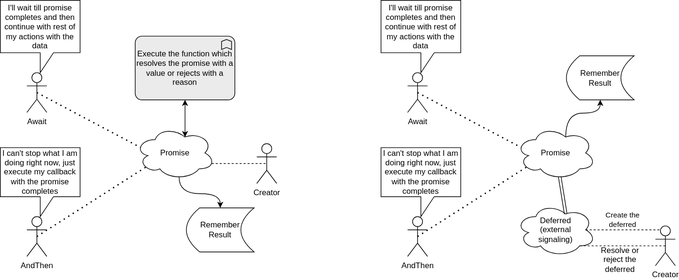
BhaskarPanja93/BhariyaRoblox keeps this draw.io diagram as Promise/Concept.svg. Above is the earlier version. Source tidied: cells renumbered, new cells last; positions are measured from the earlier drawing's top-left corner, leaving out a move shared by most shapes.
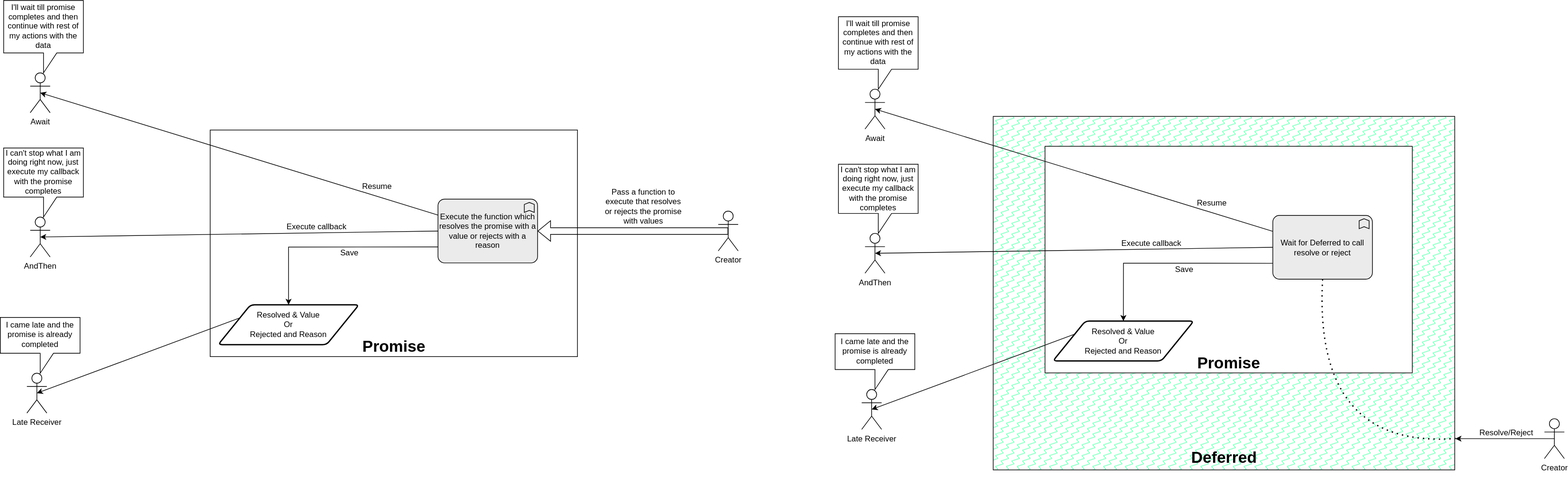
After the commit.

The edit, as a diff of the source:
```diff
@@ -2,104 +2,140 @@
   <root>
     <mxCell id="0" />
     <mxCell id="1" parent="0" />
-    <mxCell id="2" style="shape=tableRow;horizontal=0;startSize=0;swimlaneHead=0;swimlaneBody=0;strokeColor=inherit;top=0;left=0;bottom=0;right=0;fillColor=none;fontSize=16;" parent="1" vertex="1">
-      <mxGeometry x="188" y="79" width="180" height="40" as="geometry" />
-    </mxCell>
-    <mxCell id="3" style="shape=partialRectangle;html=1;whiteSpace=wrap;strokeColor=inherit;overflow=hidden;fillColor=none;top=0;left=0;bottom=0;right=0;fontSize=16;" parent="2" vertex="1">
-      <mxGeometry x="120" width="60" height="40" as="geometry" />
-    </mxCell>
-    <mxCell id="4" style="edgeStyle=orthogonalEdgeStyle;rounded=0;jettySize=auto;html=1;exitX=0.55;exitY=0.95;exitDx=0;exitDy=0;exitPerimeter=0;entryX=0.5;entryY=0;entryDx=0;entryDy=0;curved=1;" parent="1" edge="1" source="5" target="33">
-      <mxGeometry relative="1" as="geometry" />
-    </mxCell>
-    <mxCell id="5" value="Promise" style="ellipse;shape=cloud;whiteSpace=wrap;html=1;" parent="1" vertex="1">
-      <mxGeometry x="203" y="190" width="120" height="80" as="geometry" />
-    </mxCell>
-    <mxCell id="6" value="Await" style="shape=umlActor;verticalLabelPosition=bottom;verticalAlign=top;html=1;outlineConnect=0;" parent="1" vertex="1">
-      <mxGeometry x="40" y="109" width="30" height="60" as="geometry" />
-    </mxCell>
-    <mxCell id="7" value="AndThen" style="shape=umlActor;verticalLabelPosition=bottom;verticalAlign=top;html=1;outlineConnect=0;" parent="1" vertex="1">
-      <mxGeometry x="40" y="326" width="30" height="60" as="geometry" />
-    </mxCell>
-    <mxCell id="8" value="I can't stop what I am doing right now, just execute my callback with the promise completes" style="shape=callout;whiteSpace=wrap;html=1;perimeter=calloutPerimeter;" parent="1" vertex="1">
-      <mxGeometry y="222" width="120" height="104" as="geometry" />
-    </mxCell>
-    <mxCell id="9" value="I'll wait till promise completes and then continue with rest of my actions with the data" style="shape=callout;whiteSpace=wrap;html=1;perimeter=calloutPerimeter;" parent="1" vertex="1">
-      <mxGeometry width="120" height="109" as="geometry" />
-    </mxCell>
+    <mxCell id="35" style="rounded=0;whiteSpace=wrap;html=1;" parent="1" vertex="1">
+      <mxGeometry x="-140" y="-50" width="553" height="341" as="geometry" />
+    </mxCell>
+    <mxCell id="36" value="&lt;h1&gt;Promise&lt;/h1&gt;" style="text;html=1;strokeColor=none;fillColor=none;align=center;verticalAlign=middle;whiteSpace=wrap;rounded=0;" parent="1" vertex="1">
+      <mxGeometry x="106.5" y="261" width="60" height="30" as="geometry" />
+    </mxCell>
+    <mxCell id="37" value="Resolved &amp;amp; Value&lt;br&gt;Or&lt;br&gt;Rejected and Reason" style="shape=parallelogram;html=1;strokeWidth=2;perimeter=parallelogramPerimeter;whiteSpace=wrap;rounded=1;arcSize=12;size=0.23;" parent="1" vertex="1">
+      <mxGeometry x="-128" y="213" width="212" height="60" as="geometry" />
+    </mxCell>
+    <mxCell id="38" style="edgeStyle=orthogonalEdgeStyle;rounded=0;jettySize=auto;html=1;exitX=0;exitY=0.75;exitDx=0;exitDy=0;exitPerimeter=0;entryX=0.5;entryY=0;entryDx=0;entryDy=0;" parent="1" edge="1" source="10" target="37">
+      <mxGeometry relative="1" as="geometry" />
+    </mxCell>
     <mxCell id="10" value="Execute the function which resolves the promise with a value or rejects with a reason" style="html=1;outlineConnect=0;whiteSpace=wrap;fillColor=#EBEBEB;shape=mxgraph.archimate3.application;appType=func;archiType=rounded;" parent="1" vertex="1">
       <mxGeometry x="203" y="54" width="150" height="96" as="geometry" />
     </mxCell>
-    <mxCell id="11" style="endArrow=none;dashed=1;html=1;dashPattern=1 3;strokeWidth=2;rounded=0;exitX=0.5;exitY=0.5;exitDx=0;exitDy=0;exitPerimeter=0;entryX=0.13;entryY=0.77;entryDx=0;entryDy=0;entryPerimeter=0;" parent="1" edge="1" source="7" target="5">
-      <mxGeometry relative="1" as="geometry" />
-    </mxCell>
-    <mxCell id="12" style="endArrow=none;dashed=1;html=1;dashPattern=1 3;strokeWidth=2;rounded=0;exitX=0.5;exitY=0.5;exitDx=0;exitDy=0;exitPerimeter=0;entryX=0.07;entryY=0.4;entryDx=0;entryDy=0;entryPerimeter=0;" parent="1" edge="1" source="6" target="5">
-      <mxGeometry relative="1" as="geometry" />
-    </mxCell>
-    <mxCell id="13" value="Creator" style="shape=umlActor;verticalLabelPosition=bottom;verticalAlign=top;html=1;outlineConnect=0;" parent="1" vertex="1">
-      <mxGeometry x="386" y="216" width="30" height="60" as="geometry" />
-    </mxCell>
-    <mxCell id="14" style="endArrow=none;dashed=1;html=1;rounded=0;exitX=0.96;exitY=0.7;exitDx=0;exitDy=0;exitPerimeter=0;entryX=0.5;entryY=0.5;entryDx=0;entryDy=0;entryPerimeter=0;" parent="1" edge="1" source="5" target="13">
-      <mxGeometry relative="1" as="geometry" />
-    </mxCell>
-    <mxCell id="15" style="endArrow=classic;startArrow=classic;html=1;rounded=0;exitX=0.625;exitY=0.2;exitDx=0;exitDy=0;exitPerimeter=0;entryX=0.5;entryY=1;entryDx=0;entryDy=0;entryPerimeter=0;" parent="1" edge="1" source="5" target="10">
-      <mxGeometry relative="1" as="geometry" />
-    </mxCell>
-    <mxCell id="16" style="shape=tableRow;horizontal=0;startSize=0;swimlaneHead=0;swimlaneBody=0;strokeColor=inherit;top=0;left=0;bottom=0;right=0;fillColor=none;fontSize=16;" parent="1" vertex="1">
-      <mxGeometry x="761" y="79" width="180" height="40" as="geometry" />
-    </mxCell>
-    <mxCell id="17" style="shape=partialRectangle;html=1;whiteSpace=wrap;strokeColor=inherit;overflow=hidden;fillColor=none;top=0;left=0;bottom=0;right=0;fontSize=16;" parent="16" vertex="1">
-      <mxGeometry x="120" width="60" height="40" as="geometry" />
-    </mxCell>
-    <mxCell id="18" style="edgeStyle=orthogonalEdgeStyle;rounded=0;jettySize=auto;html=1;exitX=0.625;exitY=0.2;exitDx=0;exitDy=0;exitPerimeter=0;entryX=0.5;entryY=1;entryDx=0;entryDy=0;curved=1;" parent="1" edge="1" source="19" target="34">
-      <mxGeometry relative="1" as="geometry" />
-    </mxCell>
-    <mxCell id="19" value="Promise" style="ellipse;shape=cloud;whiteSpace=wrap;html=1;" parent="1" vertex="1">
-      <mxGeometry x="776" y="190" width="120" height="80" as="geometry" />
-    </mxCell>
-    <mxCell id="20" value="Await" style="shape=umlActor;verticalLabelPosition=bottom;verticalAlign=top;html=1;outlineConnect=0;" parent="1" vertex="1">
-      <mxGeometry x="613" y="109" width="30" height="60" as="geometry" />
-    </mxCell>
-    <mxCell id="21" value="AndThen" style="shape=umlActor;verticalLabelPosition=bottom;verticalAlign=top;html=1;outlineConnect=0;" parent="1" vertex="1">
-      <mxGeometry x="613" y="326" width="30" height="60" as="geometry" />
-    </mxCell>
-    <mxCell id="22" value="I can't stop what I am doing right now, just execute my callback with the promise completes" style="shape=callout;whiteSpace=wrap;html=1;perimeter=calloutPerimeter;" parent="1" vertex="1">
-      <mxGeometry x="573" y="222" width="120" height="104" as="geometry" />
-    </mxCell>
-    <mxCell id="23" value="I'll wait till promise completes and then continue with rest of my actions with the data" style="shape=callout;whiteSpace=wrap;html=1;perimeter=calloutPerimeter;" parent="1" vertex="1">
-      <mxGeometry x="573" width="120" height="109" as="geometry" />
-    </mxCell>
-    <mxCell id="24" style="endArrow=none;dashed=1;html=1;dashPattern=1 3;strokeWidth=2;rounded=0;exitX=0.5;exitY=0.5;exitDx=0;exitDy=0;exitPerimeter=0;entryX=0.13;entryY=0.77;entryDx=0;entryDy=0;entryPerimeter=0;" parent="1" edge="1" source="21" target="19">
-      <mxGeometry relative="1" as="geometry" />
-    </mxCell>
-    <mxCell id="25" style="endArrow=none;dashed=1;html=1;dashPattern=1 3;strokeWidth=2;rounded=0;exitX=0.5;exitY=0.5;exitDx=0;exitDy=0;exitPerimeter=0;entryX=0.07;entryY=0.4;entryDx=0;entryDy=0;entryPerimeter=0;" parent="1" edge="1" source="20" target="19">
-      <mxGeometry relative="1" as="geometry" />
-    </mxCell>
-    <mxCell id="26" value="Creator" style="shape=umlActor;verticalLabelPosition=bottom;verticalAlign=top;html=1;outlineConnect=0;" parent="1" vertex="1">
-      <mxGeometry x="986" y="340" width="30" height="60" as="geometry" />
-    </mxCell>
-    <mxCell id="27" style="endArrow=none;dashed=1;html=1;rounded=0;exitX=0.875;exitY=0.5;exitDx=0;exitDy=0;exitPerimeter=0;entryX=0.25;entryY=0.1;entryDx=0;entryDy=0;entryPerimeter=0;" parent="1" edge="1" source="28" target="26">
-      <mxGeometry relative="1" as="geometry" />
-    </mxCell>
-    <mxCell id="28" value="Deferred&lt;br&gt;(external &lt;br&gt;signaling)" style="ellipse;shape=cloud;whiteSpace=wrap;html=1;" parent="1" vertex="1">
-      <mxGeometry x="776" y="306" width="120" height="80" as="geometry" />
-    </mxCell>
-    <mxCell id="29" style="shape=link;html=1;rounded=0;exitX=0.55;exitY=0.95;exitDx=0;exitDy=0;exitPerimeter=0;entryX=0.625;entryY=0.2;entryDx=0;entryDy=0;entryPerimeter=0;" parent="1" edge="1" source="19" target="28">
-      <mxGeometry relative="1" as="geometry" />
-    </mxCell>
-    <mxCell id="30" value="&#10;&lt;span style=&quot;color: rgb(0, 0, 0); font-family: Helvetica; font-size: 11px; font-style: normal; font-variant-ligatures: normal; font-variant-caps: normal; font-weight: 400; letter-spacing: normal; orphans: 2; text-align: center; text-indent: 0px; text-transform: none; widows: 2; word-spacing: 0px; -webkit-text-stroke-width: 0px; background-color: rgb(255, 255, 255); text-decoration-thickness: initial; text-decoration-style: initial; text-decoration-color: initial; float: none; display: inline !important;&quot;&gt;Create the deferred&lt;/span&gt;&#10;&#10;" style="text;html=1;strokeColor=none;fillColor=none;align=center;verticalAlign=middle;whiteSpace=wrap;rounded=0;" parent="1" vertex="1">
-      <mxGeometry x="907" y="323" width="60" height="30" as="geometry" />
-    </mxCell>
-    <mxCell id="31" style="endArrow=none;dashed=1;html=1;rounded=0;entryX=0.8;entryY=0.8;entryDx=0;entryDy=0;entryPerimeter=0;exitX=0.5;exitY=0.5;exitDx=0;exitDy=0;exitPerimeter=0;" parent="1" edge="1" source="26" target="28">
-      <mxGeometry relative="1" as="geometry" />
-    </mxCell>
-    <mxCell id="32" value="Resolve or reject the deferred" style="text;html=1;strokeColor=none;fillColor=none;align=center;verticalAlign=middle;whiteSpace=wrap;rounded=0;" parent="1" vertex="1">
-      <mxGeometry x="903" y="376" width="60" height="30" as="geometry" />
-    </mxCell>
-    <mxCell id="33" value="Remember&lt;br&gt;Result" style="shape=dataStorage;whiteSpace=wrap;html=1;fixedSize=1;" parent="1" vertex="1">
-      <mxGeometry x="280" y="312.8" width="102" height="66.4" as="geometry" />
-    </mxCell>
-    <mxCell id="34" value="Remember&lt;br style=&quot;border-color: rgb(218, 220, 224);&quot;&gt;Result" style="shape=dataStorage;whiteSpace=wrap;html=1;fixedSize=1;" parent="1" vertex="1">
-      <mxGeometry x="852" y="83.6" width="102" height="66.4" as="geometry" />
-    </mxCell>
+    <mxCell id="39" value="Creator" style="shape=umlActor;verticalLabelPosition=bottom;verticalAlign=top;html=1;outlineConnect=0;" parent="1" vertex="1">
+      <mxGeometry x="625" y="72" width="30" height="60" as="geometry" />
+    </mxCell>
+    <mxCell id="40" style="shape=flexArrow;endArrow=classic;html=1;rounded=0;exitX=0.5;exitY=0.5;exitDx=0;exitDy=0;exitPerimeter=0;entryX=1;entryY=0.5;entryDx=0;entryDy=0;entryPerimeter=0;" parent="1" edge="1" source="39" target="10">
+      <mxGeometry relative="1" as="geometry" />
+    </mxCell>
+    <mxCell id="41" value="Pass a function to execute that resolves or rejects the promise with values" style="text;html=1;strokeColor=none;fillColor=none;align=center;verticalAlign=middle;whiteSpace=wrap;rounded=0;" parent="1" vertex="1">
+      <mxGeometry x="450" y="35" width="125" height="61" as="geometry" />
+    </mxCell>
+    <mxCell id="42" value="Save" style="text;html=1;strokeColor=none;fillColor=none;align=center;verticalAlign=middle;whiteSpace=wrap;rounded=0;" parent="1" vertex="1">
+      <mxGeometry x="40" y="120" width="60" height="30" as="geometry" />
+    </mxCell>
+    <mxCell id="43" value="Await" style="shape=umlActor;verticalLabelPosition=bottom;verticalAlign=top;html=1;outlineConnect=0;" parent="1" vertex="1">
+      <mxGeometry x="-411" y="-136" width="30" height="60" as="geometry" />
+    </mxCell>
+    <mxCell id="44" value="AndThen" style="shape=umlActor;verticalLabelPosition=bottom;verticalAlign=top;html=1;outlineConnect=0;" parent="1" vertex="1">
+      <mxGeometry x="-411" y="81" width="30" height="60" as="geometry" />
+    </mxCell>
+    <mxCell id="45" value="I can't stop what I am doing right now, just execute my callback with the promise completes" style="shape=callout;whiteSpace=wrap;html=1;perimeter=calloutPerimeter;" parent="1" vertex="1">
+      <mxGeometry x="-451" y="-23" width="120" height="104" as="geometry" />
+    </mxCell>
+    <mxCell id="46" value="I'll wait till promise completes and then continue with rest of my actions with the data" style="shape=callout;whiteSpace=wrap;html=1;perimeter=calloutPerimeter;" parent="1" vertex="1">
+      <mxGeometry x="-451" y="-245" width="120" height="109" as="geometry" />
+    </mxCell>
+    <mxCell id="47" value="Late Receiver" style="shape=umlActor;verticalLabelPosition=bottom;verticalAlign=top;html=1;outlineConnect=0;" parent="1" vertex="1">
+      <mxGeometry x="-416" y="316" width="30" height="60" as="geometry" />
+    </mxCell>
+    <mxCell id="48" value="I came late and the promise is already completed" style="shape=callout;whiteSpace=wrap;html=1;perimeter=calloutPerimeter;" parent="1" vertex="1">
+      <mxGeometry x="-456" y="232" width="120" height="84" as="geometry" />
+    </mxCell>
+    <mxCell id="49" style="endArrow=classic;html=1;rounded=0;exitX=0;exitY=0.25;exitDx=0;exitDy=0;entryX=0.5;entryY=0.5;entryDx=0;entryDy=0;entryPerimeter=0;" parent="1" edge="1" source="37" target="47">
+      <mxGeometry relative="1" as="geometry" />
+    </mxCell>
+    <mxCell id="50" style="endArrow=classic;html=1;rounded=0;exitX=0;exitY=0.5;exitDx=0;exitDy=0;exitPerimeter=0;entryX=0.5;entryY=0.5;entryDx=0;entryDy=0;entryPerimeter=0;" parent="1" edge="1" source="10" target="44">
+      <mxGeometry relative="1" as="geometry" />
+    </mxCell>
+    <mxCell id="51" style="endArrow=classic;html=1;rounded=0;exitX=0;exitY=0.25;exitDx=0;exitDy=0;exitPerimeter=0;entryX=0.5;entryY=0.5;entryDx=0;entryDy=0;entryPerimeter=0;" parent="1" edge="1" source="10" target="43">
+      <mxGeometry relative="1" as="geometry" />
+    </mxCell>
+    <mxCell id="52" value="Execute callback" style="text;html=1;strokeColor=none;fillColor=none;align=center;verticalAlign=middle;whiteSpace=wrap;rounded=0;" parent="1" vertex="1">
+      <mxGeometry x="-35" y="81" width="111" height="30" as="geometry" />
+    </mxCell>
+    <mxCell id="53" value="Resume" style="text;html=1;strokeColor=none;fillColor=none;align=center;verticalAlign=middle;whiteSpace=wrap;rounded=0;" parent="1" vertex="1">
+      <mxGeometry x="55.5" y="20" width="111" height="30" as="geometry" />
+    </mxCell>
+    <mxCell id="54" style="rounded=0;whiteSpace=wrap;html=1;fillStyle=zigzag-line;fillColor=#99FFCC;" parent="1" vertex="1">
+      <mxGeometry x="1039" y="-70.5" width="695" height="532" as="geometry" />
+    </mxCell>
+    <mxCell id="55" value="&lt;h1&gt;Deferred&lt;/h1&gt;" style="text;html=1;strokeColor=none;fillColor=none;align=center;verticalAlign=middle;whiteSpace=wrap;rounded=0;" parent="1" vertex="1">
+      <mxGeometry x="1356.5" y="427.5" width="60" height="30" as="geometry" />
+    </mxCell>
+    <mxCell id="56" style="rounded=0;whiteSpace=wrap;html=1;" parent="1" vertex="1">
+      <mxGeometry x="1117" y="-25.5" width="553" height="341" as="geometry" />
+    </mxCell>
+    <mxCell id="57" value="&lt;h1&gt;Promise&lt;/h1&gt;" style="text;html=1;strokeColor=none;fillColor=none;align=center;verticalAlign=middle;whiteSpace=wrap;rounded=0;" parent="1" vertex="1">
+      <mxGeometry x="1363.5" y="285.5" width="60" height="30" as="geometry" />
+    </mxCell>
+    <mxCell id="58" value="Resolved &amp;amp; Value&lt;br&gt;Or&lt;br&gt;Rejected and Reason" style="shape=parallelogram;html=1;strokeWidth=2;perimeter=parallelogramPerimeter;whiteSpace=wrap;rounded=1;arcSize=12;size=0.23;" parent="1" vertex="1">
+      <mxGeometry x="1129" y="237.5" width="212" height="60" as="geometry" />
+    </mxCell>
+    <mxCell id="59" style="edgeStyle=orthogonalEdgeStyle;rounded=0;jettySize=auto;html=1;exitX=0;exitY=0.75;exitDx=0;exitDy=0;exitPerimeter=0;entryX=0.5;entryY=0;entryDx=0;entryDy=0;" parent="1" edge="1" source="60" target="58">
+      <mxGeometry relative="1" as="geometry" />
+    </mxCell>
+    <mxCell id="60" value="Wait for Deferred to call resolve or reject" style="html=1;outlineConnect=0;whiteSpace=wrap;fillColor=#EBEBEB;shape=mxgraph.archimate3.application;appType=func;archiType=rounded;" parent="1" vertex="1">
+      <mxGeometry x="1460" y="78.5" width="150" height="96" as="geometry" />
+    </mxCell>
+    <mxCell id="61" value="Save" style="text;html=1;strokeColor=none;fillColor=none;align=center;verticalAlign=middle;whiteSpace=wrap;rounded=0;" parent="1" vertex="1">
+      <mxGeometry x="1297" y="144.5" width="60" height="30" as="geometry" />
+    </mxCell>
+    <mxCell id="62" value="Await" style="shape=umlActor;verticalLabelPosition=bottom;verticalAlign=top;html=1;outlineConnect=0;" parent="1" vertex="1">
+      <mxGeometry x="846" y="-111.5" width="30" height="60" as="geometry" />
+    </mxCell>
+    <mxCell id="63" value="AndThen" style="shape=umlActor;verticalLabelPosition=bottom;verticalAlign=top;html=1;outlineConnect=0;" parent="1" vertex="1">
+      <mxGeometry x="846" y="105.5" width="30" height="60" as="geometry" />
+    </mxCell>
+    <mxCell id="64" value="I can't stop what I am doing right now, just execute my callback with the promise completes" style="shape=callout;whiteSpace=wrap;html=1;perimeter=calloutPerimeter;" parent="1" vertex="1">
+      <mxGeometry x="806" y="1.5" width="120" height="104" as="geometry" />
+    </mxCell>
+    <mxCell id="65" value="I'll wait till promise completes and then continue with rest of my actions with the data" style="shape=callout;whiteSpace=wrap;html=1;perimeter=calloutPerimeter;" parent="1" vertex="1">
+      <mxGeometry x="806" y="-220.5" width="120" height="109" as="geometry" />
+    </mxCell>
+    <mxCell id="66" value="Late Receiver" style="shape=umlActor;verticalLabelPosition=bottom;verticalAlign=top;html=1;outlineConnect=0;" parent="1" vertex="1">
+      <mxGeometry x="841" y="340.5" width="30" height="60" as="geometry" />
+    </mxCell>
+    <mxCell id="67" value="I came late and the promise is already completed" style="shape=callout;whiteSpace=wrap;html=1;perimeter=calloutPerimeter;" parent="1" vertex="1">
+      <mxGeometry x="801" y="256.5" width="120" height="84" as="geometry" />
+    </mxCell>
+    <mxCell id="68" style="endArrow=classic;html=1;rounded=0;exitX=0;exitY=0.25;exitDx=0;exitDy=0;entryX=0.5;entryY=0.5;entryDx=0;entryDy=0;entryPerimeter=0;" parent="1" edge="1" source="58" target="66">
+      <mxGeometry relative="1" as="geometry" />
+    </mxCell>
+    <mxCell id="69" style="endArrow=classic;html=1;rounded=0;exitX=0;exitY=0.5;exitDx=0;exitDy=0;exitPerimeter=0;entryX=0.5;entryY=0.5;entryDx=0;entryDy=0;entryPerimeter=0;" parent="1" edge="1" source="60" target="63">
+      <mxGeometry relative="1" as="geometry" />
+    </mxCell>
+    <mxCell id="70" style="endArrow=classic;html=1;rounded=0;exitX=0;exitY=0.25;exitDx=0;exitDy=0;exitPerimeter=0;entryX=0.5;entryY=0.5;entryDx=0;entryDy=0;entryPerimeter=0;" parent="1" edge="1" source="60" target="62">
+      <mxGeometry relative="1" as="geometry" />
+    </mxCell>
+    <mxCell id="71" value="Execute callback" style="text;html=1;strokeColor=none;fillColor=none;align=center;verticalAlign=middle;whiteSpace=wrap;rounded=0;" parent="1" vertex="1">
+      <mxGeometry x="1222" y="105.5" width="111" height="30" as="geometry" />
+    </mxCell>
+    <mxCell id="72" value="Resume" style="text;html=1;strokeColor=none;fillColor=none;align=center;verticalAlign=middle;whiteSpace=wrap;rounded=0;" parent="1" vertex="1">
+      <mxGeometry x="1312.5" y="44.5" width="111" height="30" as="geometry" />
+    </mxCell>
+    <mxCell id="73" value="Creator" style="shape=umlActor;verticalLabelPosition=bottom;verticalAlign=top;html=1;outlineConnect=0;" parent="1" vertex="1">
+      <mxGeometry x="1869" y="384.5" width="30" height="60" as="geometry" />
+    </mxCell>
+    <mxCell id="74" style="endArrow=classic;html=1;rounded=0;exitX=0.5;exitY=0.5;exitDx=0;exitDy=0;exitPerimeter=0;" parent="1" edge="1" source="73">
+      <mxGeometry relative="1" as="geometry">
+        <mxPoint x="1735" y="414.5" as="targetPoint" />
+      </mxGeometry>
+    </mxCell>
+    <mxCell id="75" value="Resolve/Reject" style="text;html=1;strokeColor=none;fillColor=none;align=center;verticalAlign=middle;whiteSpace=wrap;rounded=0;" parent="1" vertex="1">
+      <mxGeometry x="1772" y="391.5" width="80" height="28" as="geometry" />
+    </mxCell>
+    <mxCell id="76" style="endArrow=none;dashed=1;html=1;dashPattern=1 3;strokeWidth=2;rounded=0;entryX=1.002;entryY=0.911;entryDx=0;entryDy=0;entryPerimeter=0;exitX=0.5;exitY=1;exitDx=0;exitDy=0;exitPerimeter=0;curved=1;" parent="1" edge="1" source="60" target="54">
+      <mxGeometry relative="1" as="geometry">
+        <Array as="points">
+          <mxPoint x="1521" y="430.5" />
+        </Array>
+      </mxGeometry>
+    </mxCell>
   </root>
 </mxGraphModel>
```
